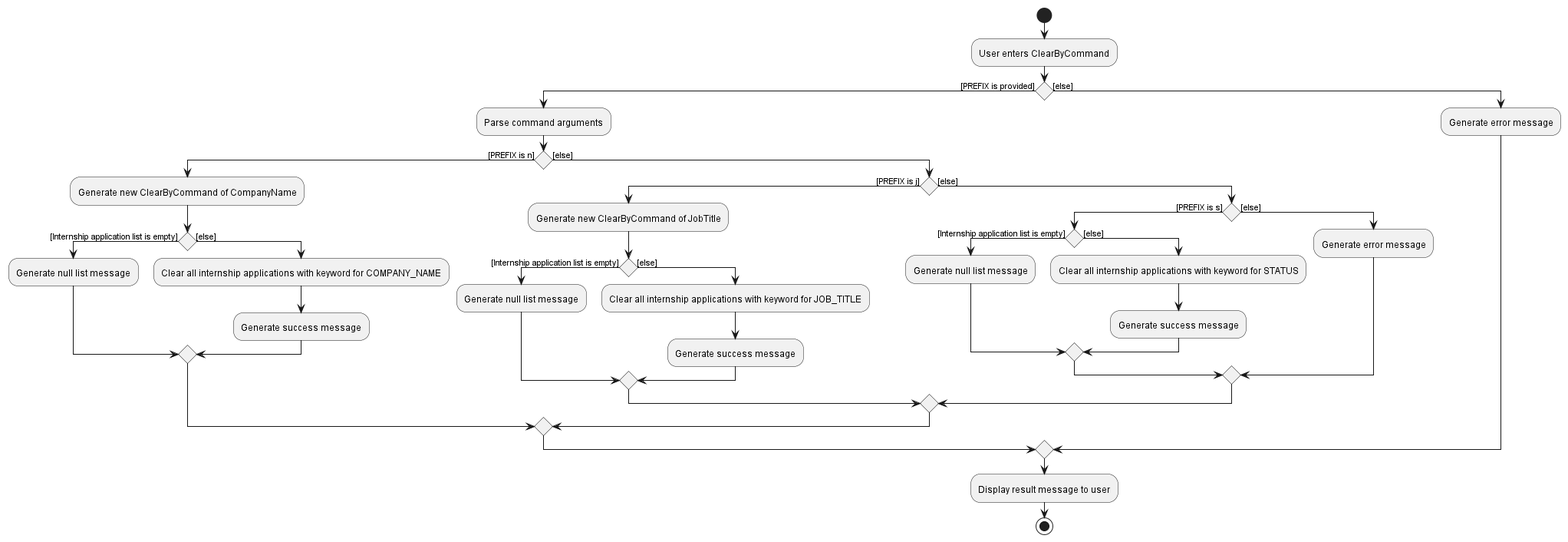
The PlantUML diagram docs/images/ClearByActivityDiagram.png in nus-cs2103-AY2223S2/tp, before a commit. Source of this version:
```plantuml
@startuml
start
:User enters ClearByCommand;
if () then ([PREFIX is provided])
    :Parse command arguments;
    if () then ([PREFIX is n])
        :Generate new ClearByCommand of CompanyName;
        if () then ([Internship application list is empty])
        :Generate null list message;
        else ([else])
        :Clear all internship applications with keyword for COMPANY_NAME;
        :Generate success message;
        endif
        else ([else])
            if () then ([PREFIX is j])
            :Generate new ClearByCommand of JobTitle;
            if () then ([Internship application list is empty])
            :Generate null list message;
            else ([else])
            :Clear all internship applications with keyword for JOB_TITLE;
            :Generate success message;
            endif
            else ([else])
                if () then ([PREFIX is s])
                if () then ([Internship application list is empty])
                :Generate null list message;
                else ([else])
                :Clear all internship applications with keyword for STATUS;
                :Generate success message;
                endif
                else ([else])
                :Generate error message;
                endif
            endif
        endif
    else ([else])
    :Generate error message;
endif
:Display result message to user;
stop


@enduml
```
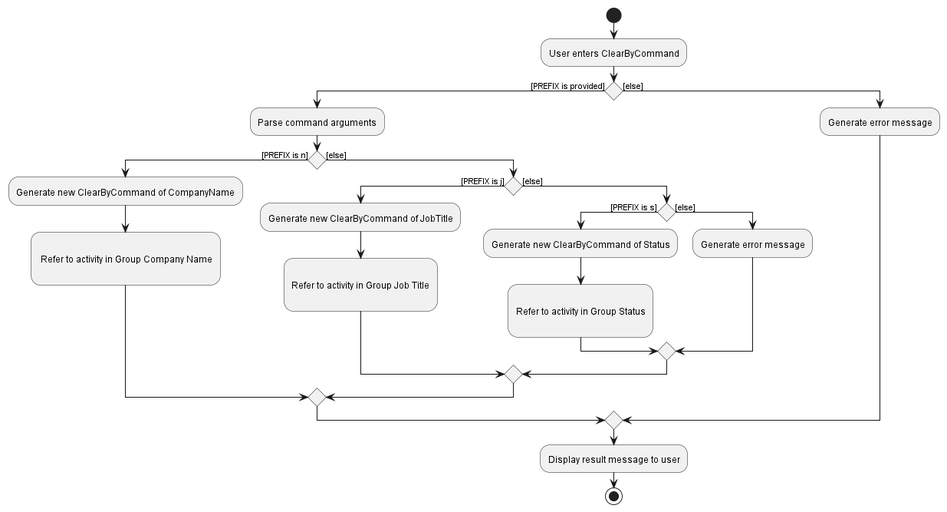
Later version of the same file.

Commit message:
Update UML diagram for `Clear_by`.

What changed in the source:
```diff
@@ -5,29 +5,21 @@
     :Parse command arguments;
     if () then ([PREFIX is n])
         :Generate new ClearByCommand of CompanyName;
-        if () then ([Internship application list is empty])
-        :Generate null list message;
-        else ([else])
-        :Clear all internship applications with keyword for COMPANY_NAME;
-        :Generate success message;
-        endif
+        :
+         Refer to activity in Group Company Name
+        ;
         else ([else])
             if () then ([PREFIX is j])
             :Generate new ClearByCommand of JobTitle;
-            if () then ([Internship application list is empty])
-            :Generate null list message;
-            else ([else])
-            :Clear all internship applications with keyword for JOB_TITLE;
-            :Generate success message;
-            endif
+            :
+            Refer to activity in Group Job Title
+            ;
             else ([else])
                 if () then ([PREFIX is s])
-                if () then ([Internship application list is empty])
-                :Generate null list message;
-                else ([else])
-                :Clear all internship applications with keyword for STATUS;
-                :Generate success message;
-                endif
+                :Generate new ClearByCommand of Status;
+                :
+                Refer to activity in Group Status
+                ;
                 else ([else])
                 :Generate error message;
                 endif
@@ -39,5 +31,4 @@
 :Display result message to user;
 stop
 
-
 @enduml
```
